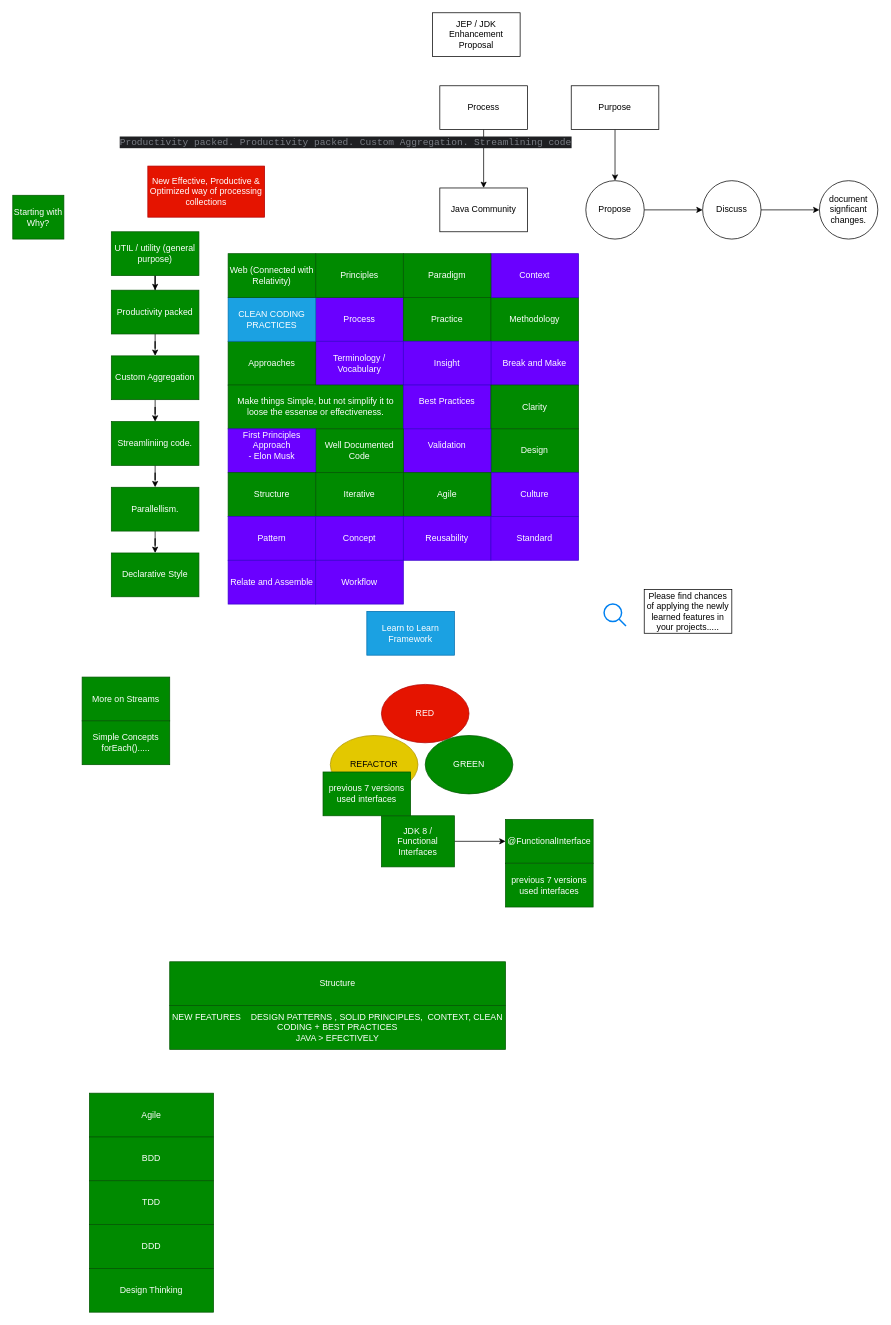
Above: page "Terminology & Methodology" (3 of 14) of Diagrams/New Features Java.drawio in THRGLO02MAY2025GIT-HUB/THRGLO02MAY2025GIT-REPO (draw.io), before the change. Source tidied: cells renumbered, new cells numbered last; positions are measured from the earlier drawing's top-left corner, leaving out a move shared by most shapes. Both pictures are drawn from the tidied source at 73%, with x=0, y=0 at pixel (12, 12).
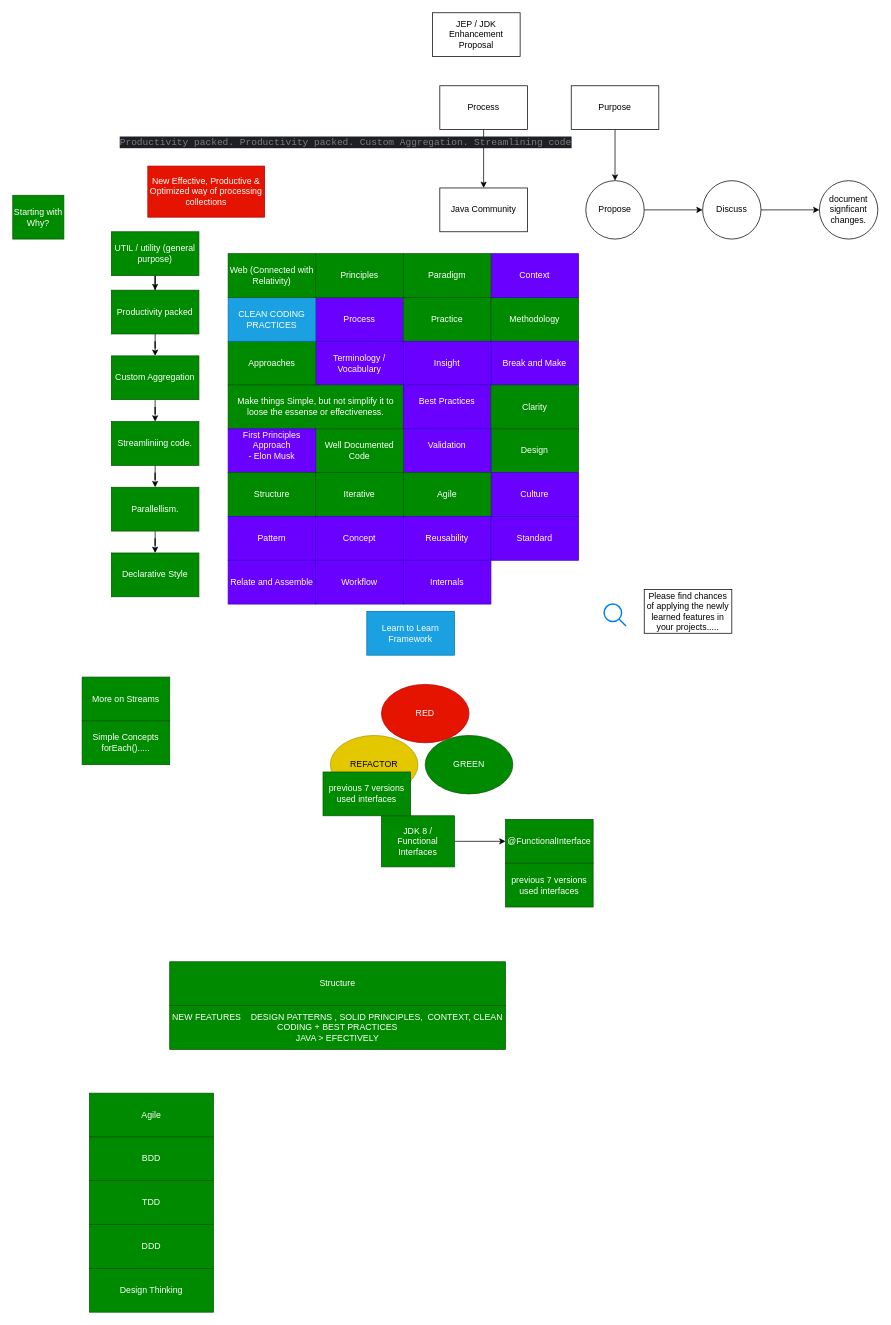
After the change.

The edit, as a diff of the source:
```diff
@@
+    <mxCell id="76" value="Internals" style="rounded=0;whiteSpace=wrap;html=1;fillColor=#6a00ff;fontColor=#ffffff;strokeColor=#3700CC;" parent="1" vertex="1">
+      <mxGeometry x="535" y="750" width="120" height="60" as="geometry" />
+    </mxCell>
```
